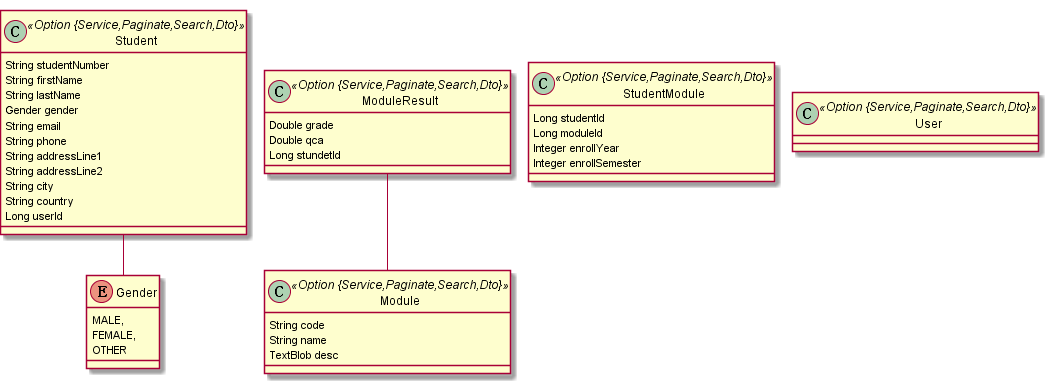
Before: project.png, a diagram exported from PlantUML (skarlet-witcher/student-record-system).
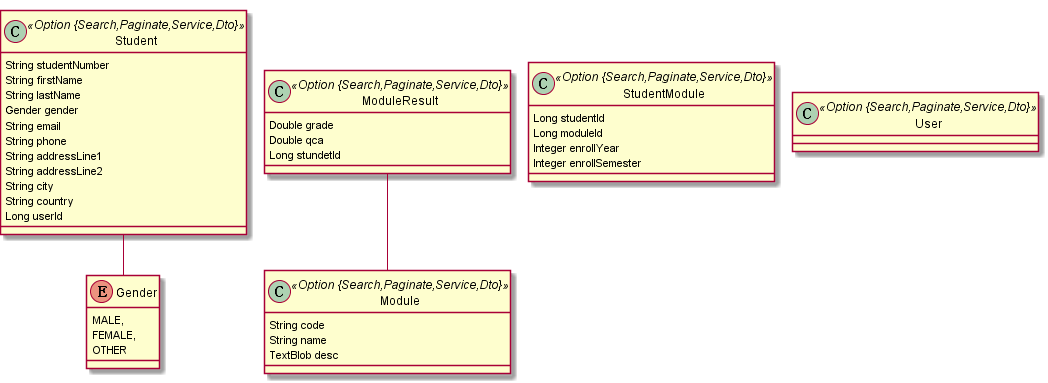
Above is the later version.

What changed in the source:
```diff
@@ -1,7 +1,7 @@
 @startuml
 	!pragma graphviz_dot jdot
 	!pragma syntax class
-	class Student <<Option {Service,Paginate,Search,Dto}>> {
+	class Student <<Option {Search,Paginate,Service,Dto}>> {
 		String studentNumber
 		String firstName
 		String lastName
@@ -20,23 +20,23 @@
 		FEMALE,
 		OTHER
 	}
-	class Module <<Option {Service,Paginate,Search,Dto}>> {
+	class Module <<Option {Search,Paginate,Service,Dto}>> {
 		String code
 		String name
 		TextBlob desc
 	}
-	class StudentModule <<Option {Service,Paginate,Search,Dto}>> {
+	class StudentModule <<Option {Search,Paginate,Service,Dto}>> {
 		Long studentId
 		Long moduleId
 		Integer enrollYear
 		Integer enrollSemester
 	}
-	class ModuleResult <<Option {Service,Paginate,Search,Dto}>> {
+	class ModuleResult <<Option {Search,Paginate,Service,Dto}>> {
 		Double grade
 		Double qca
 		Long stundetId
 	}
 	ModuleResult  "module(name) 0..* " o-- "0..1 "  Module
-	class User <<Option {Service,Paginate,Search,Dto}>> {
+	class User <<Option {Search,Paginate,Service,Dto}>> {
 	}
 @enduml
```
